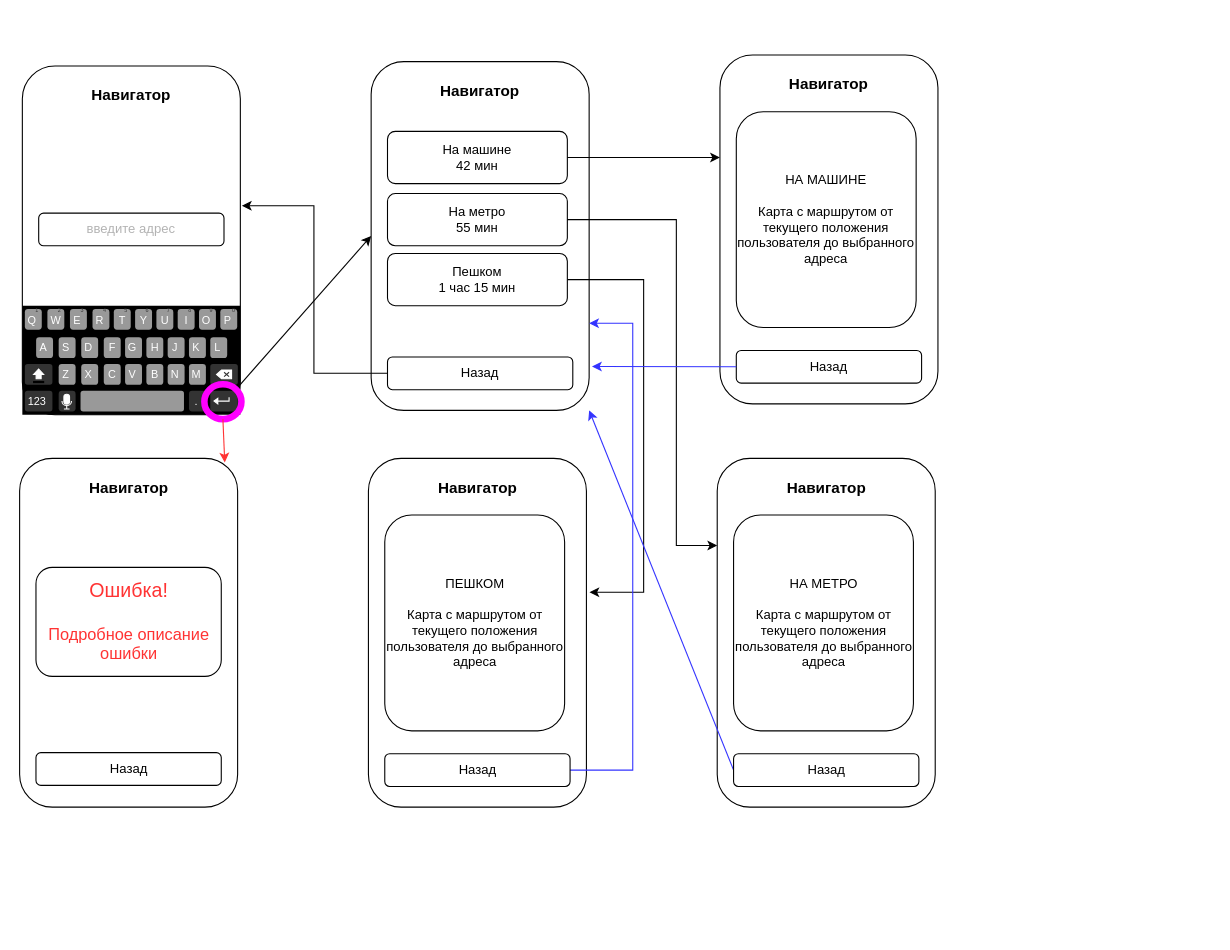
Above: Sinyagin_Andrey/Layout/T2_Layout_Sinyagin.drawio in abdullahproff/BSA21_1 (draw.io), before the change. Source tidied: cells renumbered, new cells numbered last; positions are measured from the earlier drawing's top-left corner, leaving out a move shared by most shapes. Both pictures are drawn from the tidied source at 109%, with x=0, y=0 at pixel (20, 55).
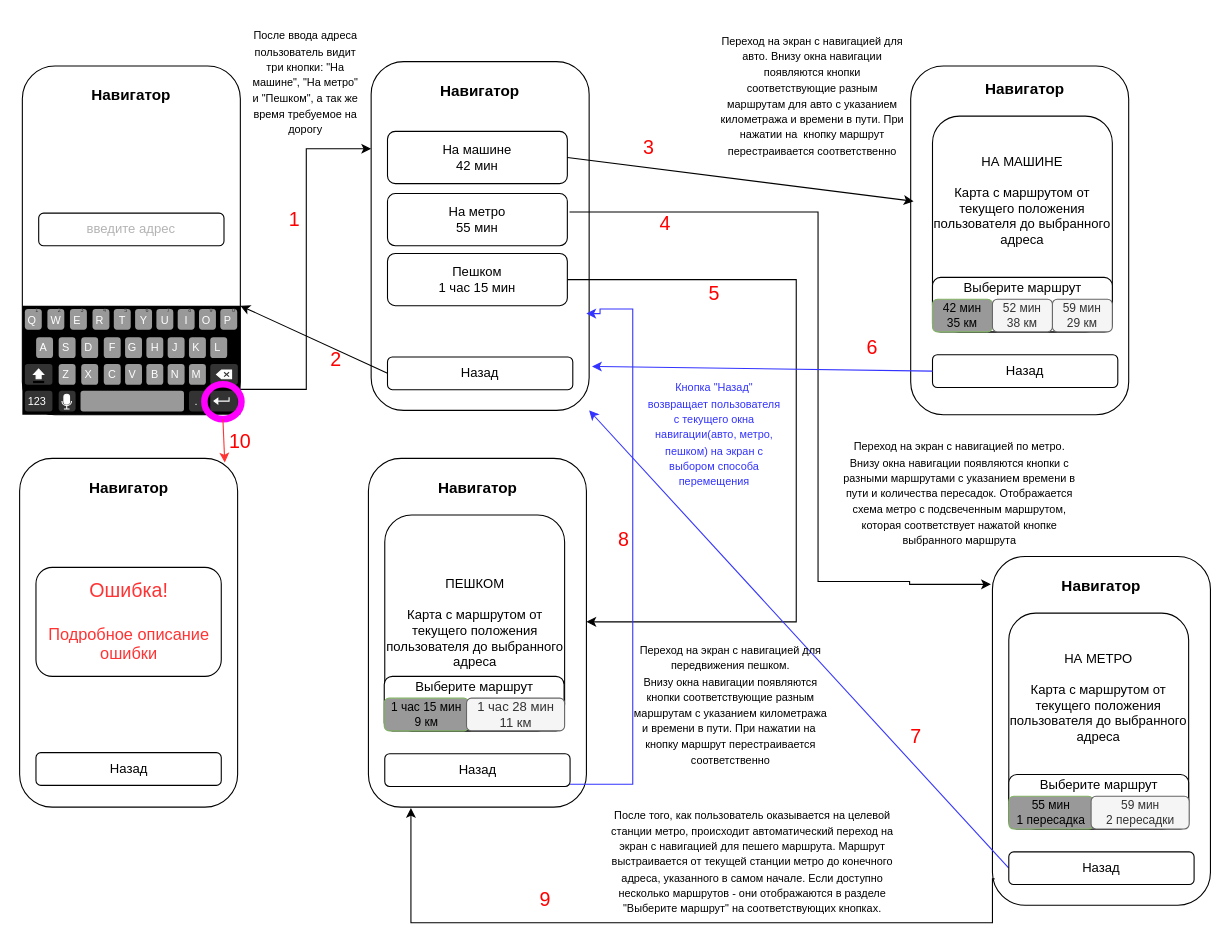
After the change.

The change refers to these unchanged cells:
```xml
<mxCell id="2" style="rounded=1;whiteSpace=wrap;html=1;" parent="1" vertex="1">
  <mxGeometry x="2" y="10" width="200" height="320" as="geometry" />
</mxCell>
<mxCell id="5" style="verticalLabelPosition=bottom;verticalAlign=top;html=1;shadow=0;dashed=0;strokeWidth=1;shape=mxgraph.android.keyboard;sketch=0;perimeter=rectanglePerimeter;" parent="1" vertex="1">
  <mxGeometry x="2" y="230" width="200" height="100" as="geometry" />
</mxCell>
<mxCell id="11" style="ellipse;whiteSpace=wrap;html=1;fillOpacity=0;strokeColor=#FF00FF;strokeWidth=6;" parent="1" vertex="1">
  <mxGeometry x="169" y="302" width="34" height="32" as="geometry" />
</mxCell>
<mxCell id="12" style="rounded=1;whiteSpace=wrap;html=1;" parent="1" vertex="1">
  <mxGeometry x="322" y="6" width="200" height="320" as="geometry" />
</mxCell>
<mxCell id="14" value="&lt;div&gt;Назад&lt;/div&gt;" style="rounded=1;whiteSpace=wrap;html=1;align=center;" parent="1" vertex="1">
  <mxGeometry x="337" y="277" width="170" height="30" as="geometry" />
</mxCell>
<mxCell id="15" value="&lt;div&gt;На машине&lt;/div&gt;&lt;div&gt;42 мин&lt;/div&gt;" style="rounded=1;whiteSpace=wrap;html=1;" parent="1" vertex="1">
  <mxGeometry x="337" y="70" width="165" height="48" as="geometry" />
</mxCell>
<mxCell id="17" value="&lt;div&gt;Пешком&lt;/div&gt;&lt;div&gt;1 час 15 мин&lt;/div&gt;" style="rounded=1;whiteSpace=wrap;html=1;" parent="1" vertex="1">
  <mxGeometry x="337" y="182" width="165" height="48" as="geometry" />
</mxCell>
<mxCell id="18" value="&lt;div&gt;На метро&lt;/div&gt;&lt;div&gt;55 мин&lt;/div&gt;" style="rounded=1;whiteSpace=wrap;html=1;" parent="1" vertex="1">
  <mxGeometry x="337" y="127" width="165" height="48" as="geometry" />
</mxCell>
<mxCell id="28" style="rounded=1;whiteSpace=wrap;html=1;" parent="1" vertex="1">
  <mxGeometry x="319.5" y="370" width="200" height="320" as="geometry" />
</mxCell>
<mxCell id="31" value="&lt;div&gt;Назад&lt;/div&gt;" style="rounded=1;whiteSpace=wrap;html=1;align=center;" parent="1" vertex="1">
  <mxGeometry x="334.5" y="641" width="170" height="30" as="geometry" />
</mxCell>
```

Change to the diagram source:
```diff
@@
-    <mxCell id="10" style="edgeStyle=none;rounded=0;jettySize=auto;html=1;exitX=1;exitY=0;exitDx=0;exitDy=0;entryX=0;entryY=0.5;entryDx=0;entryDy=0;elbow=vertical;" parent="1" edge="1" source="11" target="12">
+    <mxCell id="10" style="edgeStyle=orthogonalEdgeStyle;rounded=0;jettySize=auto;html=1;exitX=1;exitY=0;exitDx=0;exitDy=0;entryX=0;entryY=0.25;entryDx=0;entryDy=0;elbow=vertical;" parent="1" edge="1" source="11" target="12">
       <mxGeometry relative="1" as="geometry" />
     </mxCell>
@@
-    <mxCell id="16" style="edgeStyle=orthogonalEdgeStyle;rounded=0;jettySize=auto;html=1;exitX=1;exitY=0.5;exitDx=0;exitDy=0;entryX=1.014;entryY=0.384;entryDx=0;entryDy=0;elbow=vertical;entryPerimeter=0;" parent="1" edge="1" source="17" target="28">
+    <mxCell id="16" style="edgeStyle=orthogonalEdgeStyle;rounded=0;jettySize=auto;html=1;exitX=1;exitY=0.5;exitDx=0;exitDy=0;elbow=vertical;" parent="1" edge="1" source="17" target="28">
       <mxGeometry relative="1" as="geometry">
         <Array as="points">
-          <mxPoint x="572" y="206" />
-          <mxPoint x="572" y="493" />
+          <mxPoint x="712" y="206" />
+          <mxPoint x="712" y="520" />
         </Array>
       </mxGeometry>
     </mxCell>
@@
     <mxCell id="19" style="rounded=1;whiteSpace=wrap;html=1;" parent="1" vertex="1">
-      <mxGeometry x="642" width="200" height="320" as="geometry" />
+      <mxGeometry x="817" y="10" width="200" height="320" as="geometry" />
     </mxCell>
     <mxCell id="20" value="Навигатор" style="text;html=1;align=center;verticalAlign=middle;whiteSpace=wrap;rounded=0;fontSize=14;fontStyle=1;" parent="1" vertex="1">
-      <mxGeometry x="702" y="12" width="80" height="30" as="geometry" />
+      <mxGeometry x="882" y="16" width="80" height="30" as="geometry" />
     </mxCell>
     <mxCell id="21" value="&lt;div&gt;Назад&lt;/div&gt;" style="rounded=1;whiteSpace=wrap;html=1;align=center;" parent="1" vertex="1">
-      <mxGeometry x="657" y="271" width="170" height="30" as="geometry" />
+      <mxGeometry x="837" y="275" width="170" height="30" as="geometry" />
     </mxCell>
-    <mxCell id="22" value="НА МАШИНЕ&lt;br&gt;&lt;div&gt;&lt;br&gt;&lt;/div&gt;&lt;div&gt;Карта с маршрутом от текущего положения пользователя до выбранного адреса&lt;/div&gt;" style="rounded=1;whiteSpace=wrap;html=1;" parent="1" vertex="1">
-      <mxGeometry x="657" y="52" width="165" height="198" as="geometry" />
+    <mxCell id="22" value="НА МАШИНЕ&lt;br&gt;&lt;div&gt;&lt;br&gt;&lt;/div&gt;&lt;div&gt;Карта с маршрутом от текущего положения пользователя до выбранного адреса&lt;/div&gt;&lt;div&gt;&lt;br&gt;&lt;/div&gt;&lt;div&gt;&lt;br&gt;&lt;/div&gt;&lt;div&gt;&lt;br&gt;&lt;/div&gt;" style="rounded=1;whiteSpace=wrap;html=1;" parent="1" vertex="1">
+      <mxGeometry x="837" y="56" width="165" height="198" as="geometry" />
     </mxCell>
     <mxCell id="23" style="rounded=1;whiteSpace=wrap;html=1;" parent="1" vertex="1">
-      <mxGeometry x="639.5" y="370" width="200" height="320" as="geometry" />
+      <mxGeometry x="892" y="460" width="200" height="320" as="geometry" />
     </mxCell>
     <mxCell id="24" value="Навигатор" style="text;html=1;align=center;verticalAlign=middle;whiteSpace=wrap;rounded=0;fontSize=14;fontStyle=1;" parent="1" vertex="1">
-      <mxGeometry x="699.5" y="382" width="80" height="30" as="geometry" />
+      <mxGeometry x="952" y="472" width="80" height="30" as="geometry" />
     </mxCell>
@@
     <mxCell id="26" value="&lt;div&gt;Назад&lt;/div&gt;" style="rounded=1;whiteSpace=wrap;html=1;align=center;" parent="1" vertex="1">
-      <mxGeometry x="654.5" y="641" width="170" height="30" as="geometry" />
+      <mxGeometry x="907" y="731" width="170" height="30" as="geometry" />
     </mxCell>
-    <mxCell id="27" value="&lt;div&gt;НА МЕТРО&lt;/div&gt;&lt;div&gt;&lt;br&gt;&lt;/div&gt;&lt;div&gt;Карта с маршрутом от текущего положения пользователя до выбранного адреса&lt;/div&gt;" style="rounded=1;whiteSpace=wrap;html=1;" parent="1" vertex="1">
-      <mxGeometry x="654.5" y="422" width="165" height="198" as="geometry" />
+    <mxCell id="27" value="&lt;div&gt;НА МЕТРО&lt;/div&gt;&lt;div&gt;&lt;br&gt;&lt;/div&gt;&lt;div&gt;Карта с маршрутом от текущего положения пользователя до выбранного адреса&lt;/div&gt;&lt;div&gt;&lt;br&gt;&lt;/div&gt;&lt;div&gt;&lt;br&gt;&lt;/div&gt;&lt;div&gt;&lt;br&gt;&lt;/div&gt;" style="rounded=1;whiteSpace=wrap;html=1;" parent="1" vertex="1">
+      <mxGeometry x="907" y="512" width="165" height="198" as="geometry" />
     </mxCell>
@@
-    <mxCell id="30" style="edgeStyle=orthogonalEdgeStyle;rounded=0;jettySize=auto;html=1;exitX=1;exitY=0.5;exitDx=0;exitDy=0;entryX=1;entryY=0.75;entryDx=0;entryDy=0;elbow=vertical;strokeColor=#3333FF;" parent="1" edge="1" source="31" target="12">
-      <mxGeometry relative="1" as="geometry">
-        <Array as="points">
-          <mxPoint x="562" y="656" />
-          <mxPoint x="562" y="246" />
-        </Array>
-      </mxGeometry>
-    </mxCell>
@@
-    <mxCell id="33" style="edgeStyle=orthogonalEdgeStyle;rounded=0;jettySize=auto;html=1;exitX=1;exitY=0.5;exitDx=0;exitDy=0;elbow=vertical;" parent="1" edge="1" source="15">
-      <mxGeometry relative="1" as="geometry">
-        <mxPoint x="642" y="94" as="targetPoint" />
-      </mxGeometry>
+    <mxCell id="33" style="rounded=0;jettySize=auto;html=1;exitX=1;exitY=0.5;exitDx=0;exitDy=0;elbow=vertical;entryX=0.013;entryY=0.388;entryDx=0;entryDy=0;entryPerimeter=0;" parent="1" edge="1" source="15" target="19">
+      <mxGeometry relative="1" as="geometry" />
     </mxCell>
-    <mxCell id="34" style="edgeStyle=orthogonalEdgeStyle;rounded=0;jettySize=auto;html=1;exitX=1;exitY=0.5;exitDx=0;exitDy=0;entryX=0;entryY=0.25;entryDx=0;entryDy=0;elbow=vertical;" parent="1" edge="1" source="18" target="23">
+    <mxCell id="34" style="edgeStyle=orthogonalEdgeStyle;rounded=0;orthogonalLoop=1;jettySize=auto;html=1;exitX=1;exitY=0.5;exitDx=0;exitDy=0;elbow=vertical;entryX=-0.007;entryY=0.102;entryDx=0;entryDy=0;entryPerimeter=0;" parent="1" edge="1">
       <mxGeometry relative="1" as="geometry">
+        <mxPoint x="504" y="144" as="sourcePoint" />
+        <mxPoint x="890.6" y="485.6" as="targetPoint" />
         <Array as="points">
-          <mxPoint x="602" y="151" />
-          <mxPoint x="602" y="450" />
+          <mxPoint x="732" y="144" />
+          <mxPoint x="732" y="483" />
+          <mxPoint x="816" y="483" />
+          <mxPoint x="816" y="486" />
         </Array>
       </mxGeometry>
     </mxCell>
-    <mxCell id="35" style="edgeStyle=orthogonalEdgeStyle;rounded=0;jettySize=auto;html=1;exitX=0;exitY=0.5;exitDx=0;exitDy=0;entryX=1.007;entryY=0.401;entryDx=0;entryDy=0;entryPerimeter=0;elbow=vertical;" parent="1" edge="1" source="14" target="2">
+    <mxCell id="35" style="rounded=0;jettySize=auto;html=1;exitX=0;exitY=0.5;exitDx=0;exitDy=0;elbow=vertical;entryX=1;entryY=0;entryDx=0;entryDy=0;entryPerimeter=0;" parent="1" edge="1" source="14" target="5">
       <mxGeometry relative="1" as="geometry" />
     </mxCell>
@@
+    <mxCell id="38" style="rounded=1;whiteSpace=wrap;html=1;" parent="1" vertex="1">
+      <mxGeometry x="837" y="204" width="165" height="50" as="geometry" />
+    </mxCell>
+    <mxCell id="39" value="Выберите маршрут" style="text;html=1;align=center;verticalAlign=middle;whiteSpace=wrap;rounded=0;" parent="1" vertex="1">
+      <mxGeometry x="859.5" y="204" width="120" height="20" as="geometry" />
+    </mxCell>
+    <mxCell id="40" value="&lt;div style=&quot;font-size: 11px;&quot;&gt;&lt;font style=&quot;font-size: 11px;&quot;&gt;42 мин&lt;/font&gt;&lt;/div&gt;&lt;div style=&quot;font-size: 11px;&quot;&gt;&lt;font style=&quot;font-size: 11px;&quot;&gt;35 км&lt;br&gt;&lt;/font&gt;&lt;/div&gt;" style="rounded=1;whiteSpace=wrap;html=1;fillColor=#999999;strokeColor=#82b366;" parent="1" vertex="1">
+      <mxGeometry x="837" y="224" width="55" height="30" as="geometry" />
+    </mxCell>
+    <mxCell id="41" value="&lt;div style=&quot;font-size: 11px;&quot;&gt;&lt;font style=&quot;font-size: 11px;&quot;&gt;59 мин&lt;/font&gt;&lt;/div&gt;&lt;div style=&quot;font-size: 11px;&quot;&gt;&lt;font style=&quot;font-size: 11px;&quot;&gt;29 км&lt;br&gt;&lt;/font&gt;&lt;/div&gt;" style="rounded=1;whiteSpace=wrap;html=1;fillColor=#f5f5f5;strokeColor=#666666;fontColor=#333333;" parent="1" vertex="1">
+      <mxGeometry x="947" y="224" width="55" height="30" as="geometry" />
+    </mxCell>
+    <mxCell id="42" value="&lt;div style=&quot;font-size: 11px;&quot;&gt;&lt;font style=&quot;font-size: 11px;&quot;&gt;52 мин&lt;/font&gt;&lt;/div&gt;&lt;div style=&quot;font-size: 11px;&quot;&gt;&lt;font style=&quot;font-size: 11px;&quot;&gt;38 км&lt;br&gt;&lt;/font&gt;&lt;/div&gt;" style="rounded=1;whiteSpace=wrap;html=1;fillColor=#f5f5f5;strokeColor=#666666;fontColor=#333333;" parent="1" vertex="1">
+      <mxGeometry x="892" y="224" width="55" height="30" as="geometry" />
+    </mxCell>
+    <mxCell id="43" style="rounded=1;whiteSpace=wrap;html=1;" parent="1" vertex="1">
+      <mxGeometry x="907" y="660" width="165" height="50" as="geometry" />
+    </mxCell>
+    <mxCell id="44" value="Выберите маршрут" style="text;html=1;align=center;verticalAlign=middle;whiteSpace=wrap;rounded=0;" parent="1" vertex="1">
+      <mxGeometry x="929.5" y="660" width="120" height="20" as="geometry" />
+    </mxCell>
+    <mxCell id="45" value="&lt;div style=&quot;font-size: 11px;&quot;&gt;&lt;font style=&quot;font-size: 11px;&quot;&gt;55 мин&lt;/font&gt;&lt;/div&gt;&lt;div style=&quot;font-size: 11px;&quot;&gt;&lt;font style=&quot;font-size: 11px;&quot;&gt;1 пересадка&lt;br&gt;&lt;/font&gt;&lt;/div&gt;" style="rounded=1;whiteSpace=wrap;html=1;fillColor=#999999;strokeColor=#82b366;" parent="1" vertex="1">
+      <mxGeometry x="907" y="680" width="77.5" height="30" as="geometry" />
+    </mxCell>
+    <mxCell id="46" value="&lt;div style=&quot;font-size: 11px;&quot;&gt;&lt;font style=&quot;font-size: 11px;&quot;&gt;59 мин&lt;/font&gt;&lt;/div&gt;&lt;div style=&quot;font-size: 11px;&quot;&gt;&lt;font style=&quot;font-size: 11px;&quot;&gt;2 пересадки&lt;br&gt;&lt;/font&gt;&lt;/div&gt;" style="rounded=1;whiteSpace=wrap;html=1;fillColor=#f5f5f5;strokeColor=#666666;fontColor=#333333;" parent="1" vertex="1">
+      <mxGeometry x="982.5" y="680" width="90" height="30" as="geometry" />
+    </mxCell>
+    <mxCell id="47" style="rounded=1;whiteSpace=wrap;html=1;" parent="1" vertex="1">
+      <mxGeometry x="334" y="570" width="165" height="50" as="geometry" />
+    </mxCell>
+    <mxCell id="48" value="Выберите маршрут" style="text;html=1;align=center;verticalAlign=middle;whiteSpace=wrap;rounded=0;" parent="1" vertex="1">
+      <mxGeometry x="356.5" y="570" width="120" height="20" as="geometry" />
+    </mxCell>
+    <mxCell id="49" value="&lt;div style=&quot;font-size: 11px;&quot;&gt;&lt;font style=&quot;font-size: 11px;&quot;&gt;1 час 15 мин&lt;/font&gt;&lt;/div&gt;&lt;div style=&quot;font-size: 11px;&quot;&gt;&lt;font style=&quot;font-size: 11px;&quot;&gt;9 км&lt;font style=&quot;font-size: 11px;&quot;&gt;&lt;br&gt;&lt;/font&gt;&lt;/font&gt;&lt;/div&gt;" style="rounded=1;whiteSpace=wrap;html=1;fillColor=#999999;strokeColor=#82b366;" parent="1" vertex="1">
+      <mxGeometry x="334" y="590" width="77.5" height="30" as="geometry" />
+    </mxCell>
+    <mxCell id="50" value="&lt;div&gt;1 час 28 мин&lt;/div&gt;&lt;div&gt;11 км&lt;br&gt;&lt;/div&gt;" style="rounded=1;whiteSpace=wrap;html=1;fillColor=#f5f5f5;strokeColor=#666666;fontColor=#333333;" parent="1" vertex="1">
+      <mxGeometry x="409.5" y="590" width="90" height="30" as="geometry" />
+    </mxCell>
+    <mxCell id="51" value="&lt;font style=&quot;font-size: 10px;&quot;&gt;После ввода адреса пользователь видит три кнопки: &quot;На машине&quot;, &quot;На метро&quot; и &quot;Пешком&quot;, а так же время требуемое на дорогу&lt;br&gt;&lt;/font&gt;" style="text;html=1;align=center;verticalAlign=middle;whiteSpace=wrap;rounded=0;" parent="1" vertex="1">
+      <mxGeometry x="212" y="-30" width="100" height="110" as="geometry" />
+    </mxCell>
+    <mxCell id="52" value="&lt;font style=&quot;font-size: 10px;&quot;&gt;Переход на экран с навигацией для авто. Внизу окна навигации появляются кнопки соответствующие разным маршрутам для авто с указанием километража и времени в пути. При нажатии на&amp;nbsp; кнопку маршрут перестраивается соответственно&lt;br&gt;&lt;/font&gt;" style="text;html=1;align=center;verticalAlign=middle;whiteSpace=wrap;rounded=0;" parent="1" vertex="1">
+      <mxGeometry x="642" y="-33" width="170" height="140" as="geometry" />
+    </mxCell>
+    <mxCell id="53" value="&lt;font color=&quot;#3333ff&quot; style=&quot;font-size: 10px;&quot;&gt;Кнопка &quot;Назад&quot; возвращает пользователя с текущего окна навигации(авто, метро, пешком) на экран с выбором способа перемещения&lt;br&gt;&lt;/font&gt;" style="text;html=1;align=center;verticalAlign=middle;whiteSpace=wrap;rounded=0;" parent="1" vertex="1">
+      <mxGeometry x="572" y="291" width="130" height="114" as="geometry" />
+    </mxCell>
+    <mxCell id="54" value="&lt;font style=&quot;font-size: 10px;&quot;&gt;Переход на экран с навигацией по метро. Внизу окна навигации появляются кнопки с разными маршрутами с указанием времени в пути и количества пересадок. Отображается схема метро с подсвеченным маршрутом, которая соответствует нажатой кнопке выбранного маршрута&lt;br&gt;&lt;/font&gt;" style="text;html=1;align=center;verticalAlign=middle;whiteSpace=wrap;rounded=0;" parent="1" vertex="1">
+      <mxGeometry x="752" y="354" width="220" height="96" as="geometry" />
+    </mxCell>
+    <mxCell id="55" value="&lt;font style=&quot;font-size: 10px;&quot;&gt;Переход на экран с навигацией для передвижения пешком. &lt;br&gt;Внизу окна навигации появляются кнопки соответствующие разным маршрутам с указанием километража и времени в пути. При нажатии на&amp;nbsp; &lt;br&gt;кнопку маршрут перестраивается соответственно&lt;br&gt;&lt;/font&gt;" style="text;html=1;align=center;verticalAlign=middle;whiteSpace=wrap;rounded=0;" parent="1" vertex="1">
+      <mxGeometry x="562" y="516" width="180" height="160" as="geometry" />
+    </mxCell>
+    <mxCell id="56" style="edgeStyle=orthogonalEdgeStyle;rounded=0;orthogonalLoop=1;jettySize=auto;html=1;exitX=0.01;exitY=0.937;exitDx=0;exitDy=0;entryX=0.195;entryY=1.015;entryDx=0;entryDy=0;entryPerimeter=0;exitPerimeter=0;" parent="1" edge="1">
+      <mxGeometry relative="1" as="geometry">
+        <mxPoint x="894" y="755.8" as="sourcePoint" />
+        <mxPoint x="358.5" y="690.8" as="targetPoint" />
+        <Array as="points">
+          <mxPoint x="892" y="756" />
+          <mxPoint x="892" y="796" />
+          <mxPoint x="359" y="796" />
+        </Array>
+      </mxGeometry>
+    </mxCell>
+    <mxCell id="57" value="&lt;font style=&quot;font-size: 10px;&quot;&gt;После того, как пользователь оказывается на целевой станции метро, происходит автоматический переход на экран с навигацией для пешего маршрута. Маршрут выстраивается от текущей станции метро до конечного адреса, указанного в самом начале. Если доступно несколько маршрутов - они отображаются в разделе &quot;Выберите маршрут&quot; на соответствующих кнопках.&lt;br&gt;&lt;/font&gt;" style="text;html=1;align=center;verticalAlign=middle;whiteSpace=wrap;rounded=0;" parent="1" vertex="1">
+      <mxGeometry x="532" y="690" width="280" height="100" as="geometry" />
+    </mxCell>
+    <mxCell id="58" value="&lt;font color=&quot;#ff0000&quot; style=&quot;font-size: 18px;&quot;&gt;1&lt;/font&gt;" style="text;html=1;align=center;verticalAlign=middle;whiteSpace=wrap;rounded=0;" parent="1" vertex="1">
+      <mxGeometry x="222" y="136" width="60" height="30" as="geometry" />
+    </mxCell>
+    <mxCell id="59" value="&lt;font color=&quot;#ff0000&quot; style=&quot;font-size: 18px;&quot;&gt;2&lt;/font&gt;" style="text;html=1;align=center;verticalAlign=middle;whiteSpace=wrap;rounded=0;" parent="1" vertex="1">
+      <mxGeometry x="259.5" y="265" width="60" height="30" as="geometry" />
+    </mxCell>
+    <mxCell id="60" value="&lt;font color=&quot;#ff0000&quot; style=&quot;font-size: 18px;&quot;&gt;3&lt;/font&gt;" style="text;html=1;align=center;verticalAlign=middle;whiteSpace=wrap;rounded=0;" parent="1" vertex="1">
+      <mxGeometry x="547" y="70" width="60" height="30" as="geometry" />
+    </mxCell>
+    <mxCell id="61" value="&lt;font color=&quot;#ff0000&quot; style=&quot;font-size: 18px;&quot;&gt;4&lt;/font&gt;" style="text;html=1;align=center;verticalAlign=middle;whiteSpace=wrap;rounded=0;" parent="1" vertex="1">
+      <mxGeometry x="562" y="140" width="60" height="30" as="geometry" />
+    </mxCell>
+    <mxCell id="62" value="&lt;font color=&quot;#ff0000&quot; style=&quot;font-size: 18px;&quot;&gt;5&lt;/font&gt;" style="text;html=1;align=center;verticalAlign=middle;whiteSpace=wrap;rounded=0;" parent="1" vertex="1">
+      <mxGeometry x="607" y="204" width="60" height="30" as="geometry" />
+    </mxCell>
+    <mxCell id="63" value="&lt;font color=&quot;#ff0000&quot; style=&quot;font-size: 18px;&quot;&gt;6&lt;/font&gt;" style="text;html=1;align=center;verticalAlign=middle;whiteSpace=wrap;rounded=0;" parent="1" vertex="1">
+      <mxGeometry x="752" y="254" width="60" height="30" as="geometry" />
+    </mxCell>
+    <mxCell id="64" value="&lt;font color=&quot;#ff0000&quot; style=&quot;font-size: 18px;&quot;&gt;7&lt;/font&gt;" style="text;html=1;align=center;verticalAlign=middle;whiteSpace=wrap;rounded=0;" parent="1" vertex="1">
+      <mxGeometry x="792" y="611" width="60" height="30" as="geometry" />
+    </mxCell>
+    <mxCell id="65" style="edgeStyle=orthogonalEdgeStyle;rounded=0;orthogonalLoop=1;jettySize=auto;html=1;exitX=1;exitY=0.5;exitDx=0;exitDy=0;elbow=vertical;strokeColor=#3333FF;entryX=0.987;entryY=0.682;entryDx=0;entryDy=0;entryPerimeter=0;" parent="1" edge="1">
+      <mxGeometry relative="1" as="geometry">
+        <mxPoint x="504.5" y="669" as="sourcePoint" />
+        <mxPoint x="519.4" y="237.2" as="targetPoint" />
+        <Array as="points">
+          <mxPoint x="562" y="669" />
+          <mxPoint x="562" y="233" />
+          <mxPoint x="532" y="233" />
+          <mxPoint x="532" y="237" />
+        </Array>
+      </mxGeometry>
+    </mxCell>
+    <mxCell id="66" value="&lt;font color=&quot;#ff0000&quot; style=&quot;font-size: 18px;&quot;&gt;8&lt;/font&gt;" style="text;html=1;align=center;verticalAlign=middle;whiteSpace=wrap;rounded=0;" parent="1" vertex="1">
+      <mxGeometry x="524" y="430" width="60" height="30" as="geometry" />
+    </mxCell>
+    <mxCell id="67" value="&lt;font color=&quot;#ff0000&quot; style=&quot;font-size: 18px;&quot;&gt;9&lt;/font&gt;" style="text;html=1;align=center;verticalAlign=middle;whiteSpace=wrap;rounded=0;" parent="1" vertex="1">
+      <mxGeometry x="452" y="760" width="60" height="30" as="geometry" />
+    </mxCell>
+    <mxCell id="68" value="&lt;font color=&quot;#ff0000&quot; style=&quot;font-size: 18px;&quot;&gt;10&lt;/font&gt;" style="text;html=1;align=center;verticalAlign=middle;whiteSpace=wrap;rounded=0;" parent="1" vertex="1">
+      <mxGeometry x="172" y="340" width="60" height="30" as="geometry" />
+    </mxCell>
```
